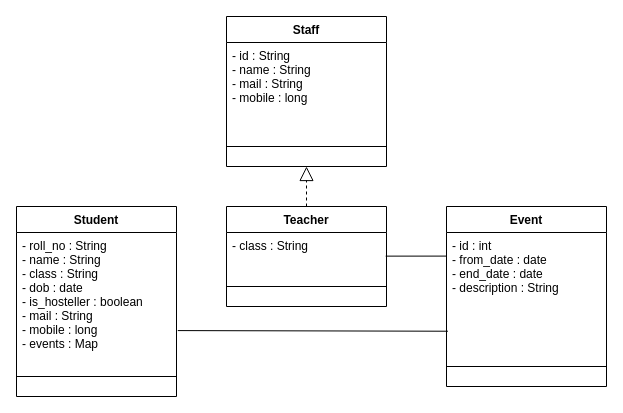
Above: UML/classDiagram.drawio in sugan0tech/Event-Manager (draw.io), before the change. Source tidied: cells renumbered, new cells numbered last; positions are measured from the earlier drawing's top-left corner, leaving out a move shared by most shapes. Both pictures are drawn from the tidied source at 100%, with x=0, y=0 at pixel (16, 16).
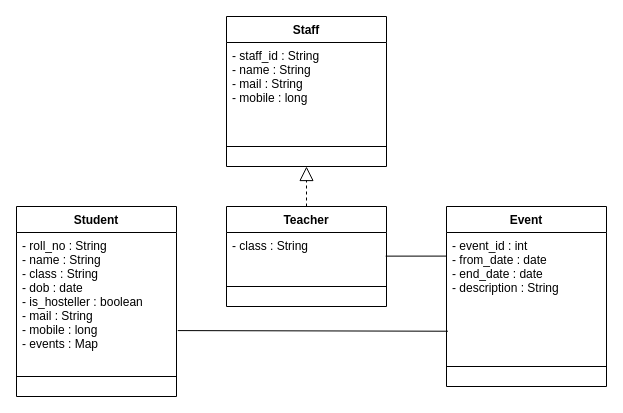
After the change.

Commit message (it also covers changes not shown here):
minor correction to staff and ids on classDiagram

Change to the diagram source:
```diff
@@
 <mxGraphModel>
   <root>
     <mxCell id="0" />
     <mxCell id="1" parent="0" />
     <mxCell id="2" value="Student" style="swimlane;fontStyle=1;align=center;verticalAlign=top;horizontal=1;startSize=26;" parent="1" vertex="1">
       <mxGeometry y="190" width="160" height="190" as="geometry" />
     </mxCell>
     <mxCell id="3" value="- roll_no : String&#10;- name : String&#10;- class : String&#10;- dob : date&#10;- is_hosteller : boolean &#10;- mail : String&#10;- mobile : long&#10;- events : Map&#10;" style="text;strokeColor=none;fillColor=none;align=left;verticalAlign=top;spacingLeft=4;spacingRight=4;overflow=hidden;points=[[0,0.5],[1,0.5]];portConstraint=eastwest;" parent="2" vertex="1">
       <mxGeometry y="26" width="160" height="124" as="geometry" />
     </mxCell>
     <mxCell id="4" style="line;strokeWidth=1;fillColor=none;align=left;verticalAlign=middle;spacingTop=-1;spacingLeft=3;spacingRight=3;labelPosition=right;strokeColor=inherit;" parent="2" vertex="1">
       <mxGeometry y="150" width="160" height="40" as="geometry" />
     </mxCell>
     <mxCell id="5" value="Staff" style="swimlane;fontStyle=1;align=center;verticalAlign=top;horizontal=1;startSize=26;" parent="1" vertex="1">
       <mxGeometry x="210" width="160" height="150" as="geometry" />
     </mxCell>
-    <mxCell id="6" value="- id : String&#10;- name : String&#10;- mail : String&#10;- mobile : long&#10;" style="text;strokeColor=none;fillColor=none;align=left;verticalAlign=top;spacingLeft=4;spacingRight=4;overflow=hidden;" parent="5" vertex="1">
+    <mxCell id="6" value="- staff_id : String&#10;- name : String&#10;- mail : String&#10;- mobile : long&#10;" style="text;strokeColor=none;fillColor=none;align=left;verticalAlign=top;spacingLeft=4;spacingRight=4;overflow=hidden;" parent="5" vertex="1">
       <mxGeometry y="26" width="160" height="84" as="geometry" />
     </mxCell>
     <mxCell id="7" style="line;strokeWidth=1;fillColor=none;align=left;verticalAlign=middle;spacingTop=-1;spacingLeft=3;spacingRight=3;labelPosition=right;strokeColor=inherit;" parent="5" vertex="1">
       <mxGeometry y="110" width="160" height="40" as="geometry" />
     </mxCell>
     <mxCell id="8" value="Event" style="swimlane;fontStyle=1;align=center;verticalAlign=top;horizontal=1;startSize=26;" parent="1" vertex="1">
       <mxGeometry x="430" y="190" width="160" height="180" as="geometry" />
     </mxCell>
-    <mxCell id="9" value="- id : int&#10;- from_date : date&#10;- end_date : date&#10;- description : String&#10;" style="text;strokeColor=none;fillColor=none;align=left;verticalAlign=top;spacingLeft=4;spacingRight=4;overflow=hidden;points=[[0,0.5],[1,0.5]];portConstraint=eastwest;" parent="8" vertex="1">
+    <mxCell id="9" value="- event_id : int&#10;- from_date : date&#10;- end_date : date&#10;- description : String&#10;" style="text;strokeColor=none;fillColor=none;align=left;verticalAlign=top;spacingLeft=4;spacingRight=4;overflow=hidden;points=[[0,0.5],[1,0.5]];portConstraint=eastwest;" parent="8" vertex="1">
       <mxGeometry y="26" width="160" height="114" as="geometry" />
     </mxCell>
     <mxCell id="10" style="line;strokeWidth=1;fillColor=none;align=left;verticalAlign=middle;spacingTop=-1;spacingLeft=3;spacingRight=3;labelPosition=right;strokeColor=inherit;" parent="8" vertex="1">
       <mxGeometry y="140" width="160" height="40" as="geometry" />
     </mxCell>
     <mxCell id="11" value="Teacher" style="swimlane;fontStyle=1;align=center;verticalAlign=top;horizontal=1;startSize=26;" parent="1" vertex="1">
       <mxGeometry x="210" y="190" width="160" height="100" as="geometry" />
     </mxCell>
     <mxCell id="12" value="- class : String&#10;" style="text;strokeColor=none;fillColor=none;align=left;verticalAlign=top;spacingLeft=4;spacingRight=4;overflow=hidden;points=[[0,0.5],[1,0.5]];portConstraint=eastwest;" parent="11" vertex="1">
       <mxGeometry y="26" width="160" height="34" as="geometry" />
     </mxCell>
     <mxCell id="13" style="line;strokeWidth=1;fillColor=none;align=left;verticalAlign=middle;spacingTop=-1;spacingLeft=3;spacingRight=3;labelPosition=right;strokeColor=inherit;" parent="11" vertex="1">
       <mxGeometry y="60" width="160" height="40" as="geometry" />
     </mxCell>
     <mxCell id="14" style="endArrow=none;html=1;rounded=0;exitX=0.995;exitY=0.695;exitDx=0;exitDy=0;exitPerimeter=0;entryX=0;entryY=0.207;entryDx=0;entryDy=0;entryPerimeter=0;" parent="1" edge="1" source="12" target="9">
       <mxGeometry relative="1" as="geometry" />
     </mxCell>
     <mxCell id="15" style="endArrow=none;html=1;rounded=0;exitX=1.008;exitY=0.791;exitDx=0;exitDy=0;exitPerimeter=0;entryX=0.009;entryY=0.866;entryDx=0;entryDy=0;entryPerimeter=0;" parent="1" edge="1" source="3" target="9">
       <mxGeometry relative="1" as="geometry" />
     </mxCell>
     <mxCell id="16" style="endArrow=block;dashed=1;endFill=0;endSize=12;html=1;rounded=0;exitX=0.5;exitY=0;exitDx=0;exitDy=0;entryX=0.5;entryY=1;entryDx=0;entryDy=0;" parent="1" edge="1" source="11" target="5">
       <mxGeometry relative="1" as="geometry" />
     </mxCell>
   </root>
 </mxGraphModel>
```
